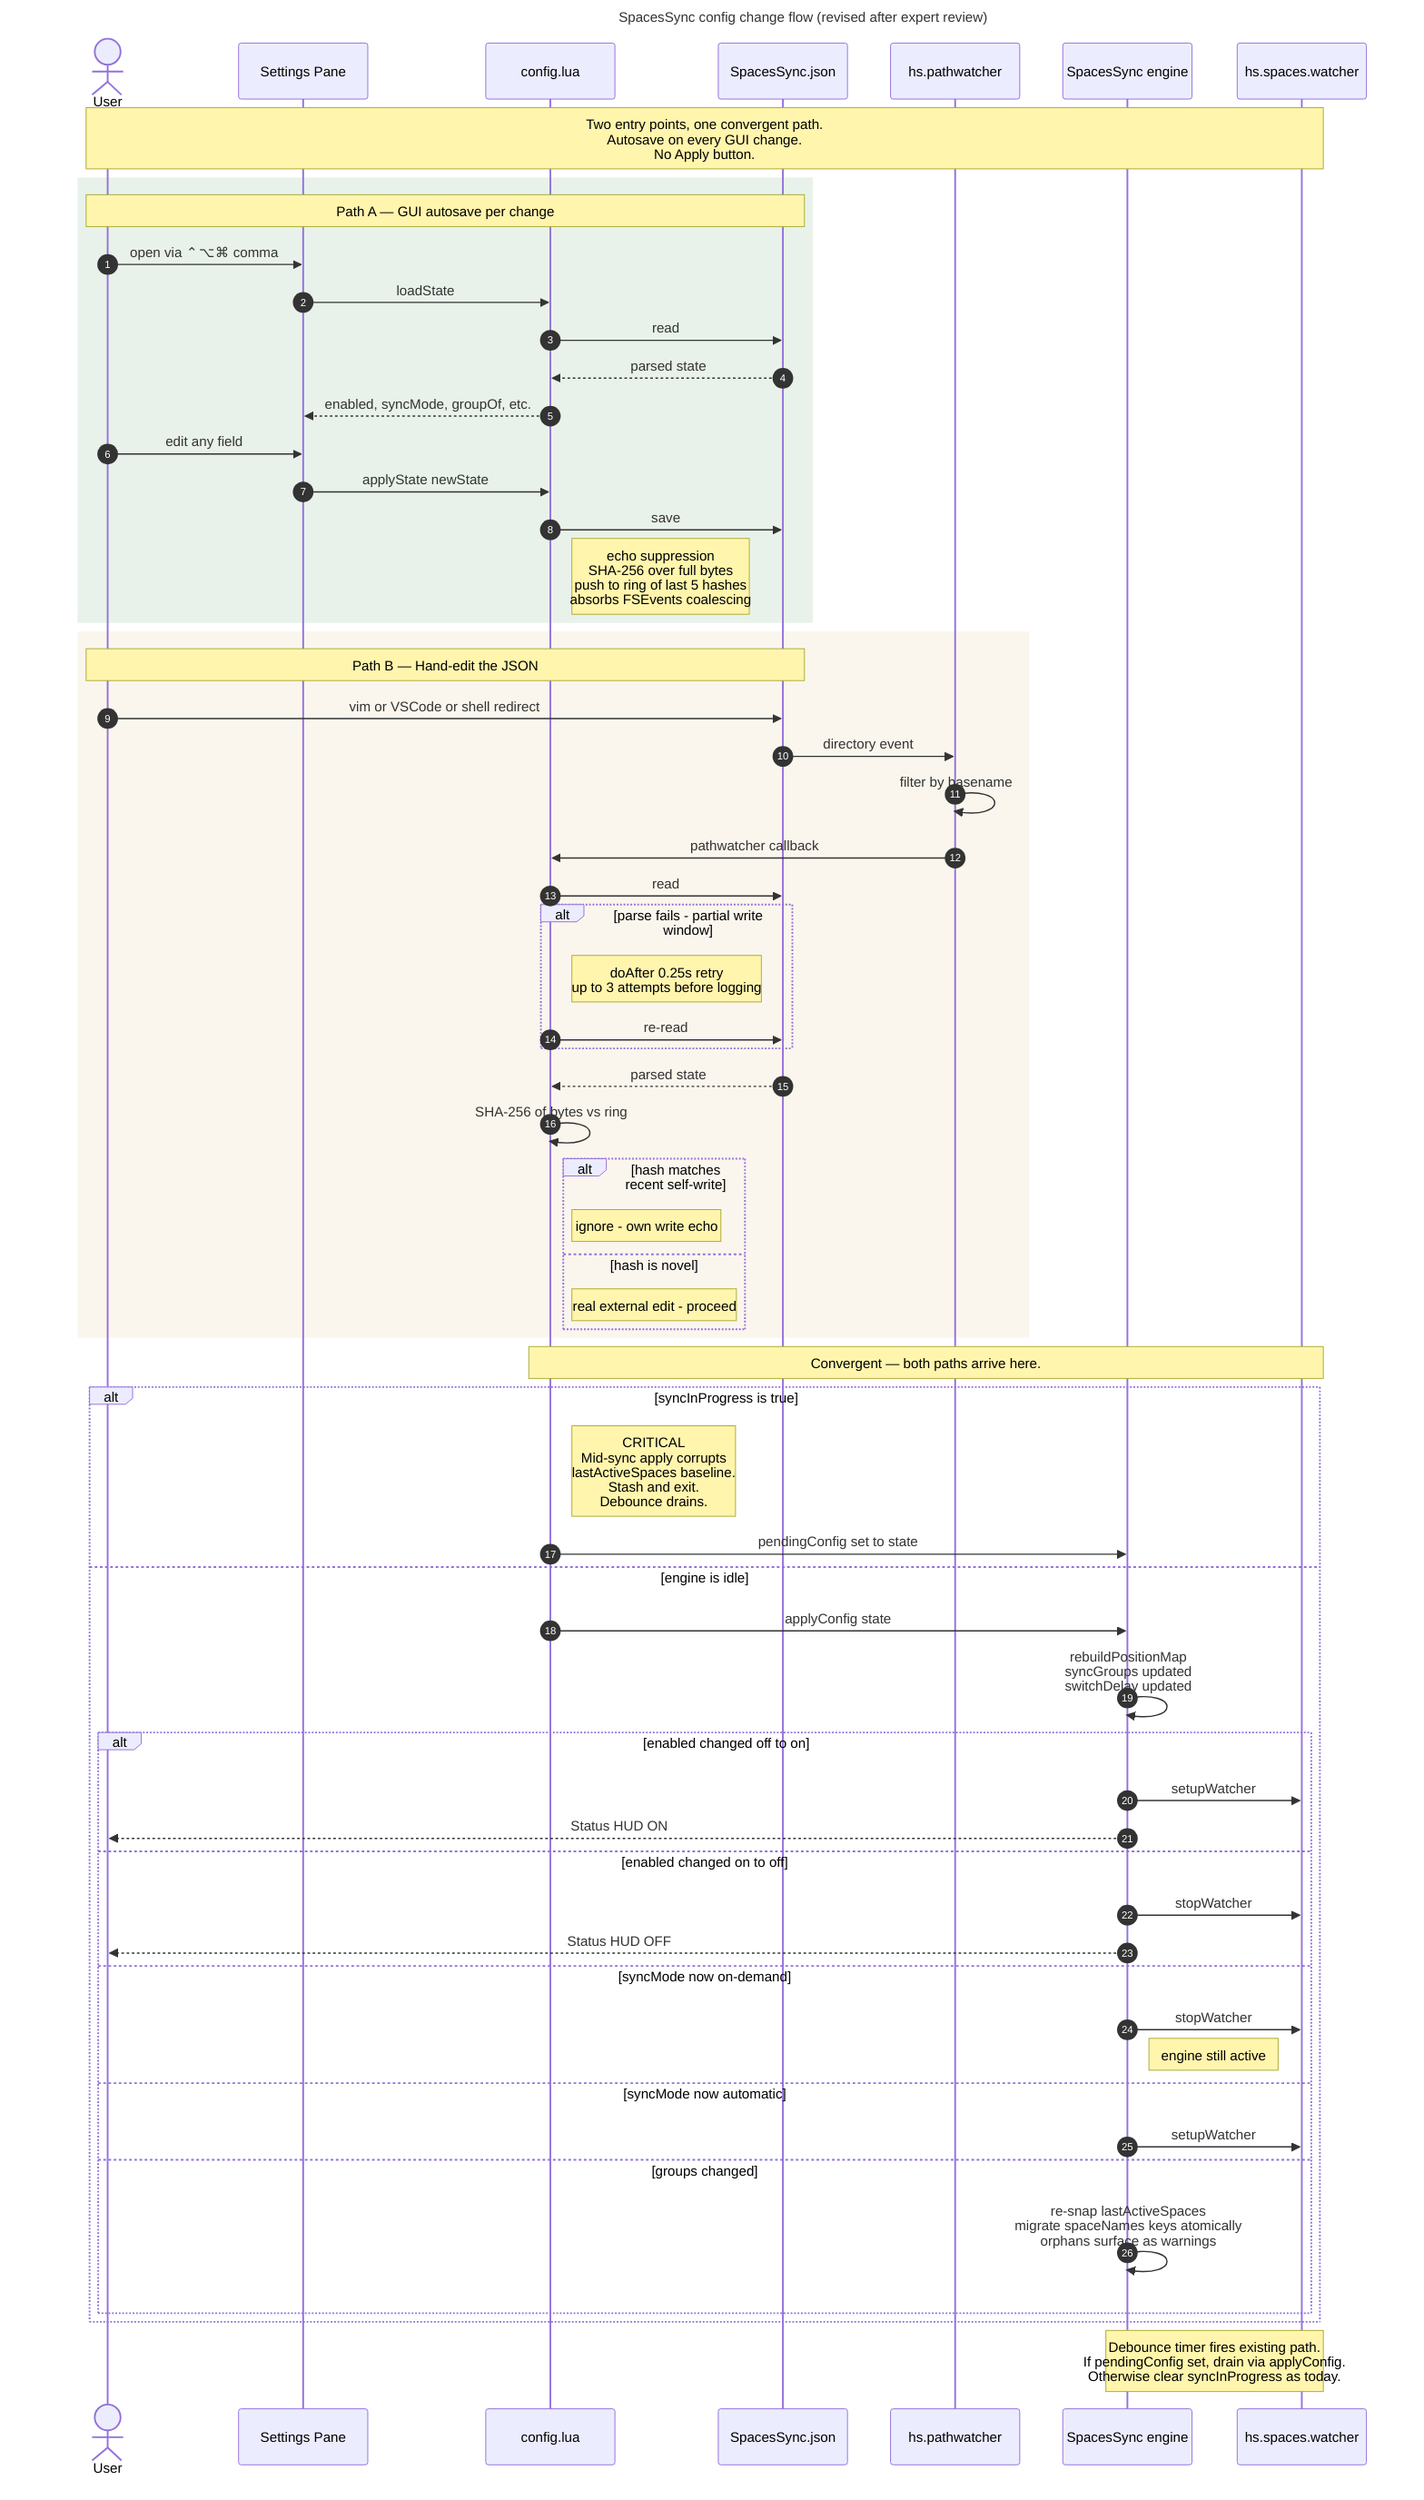
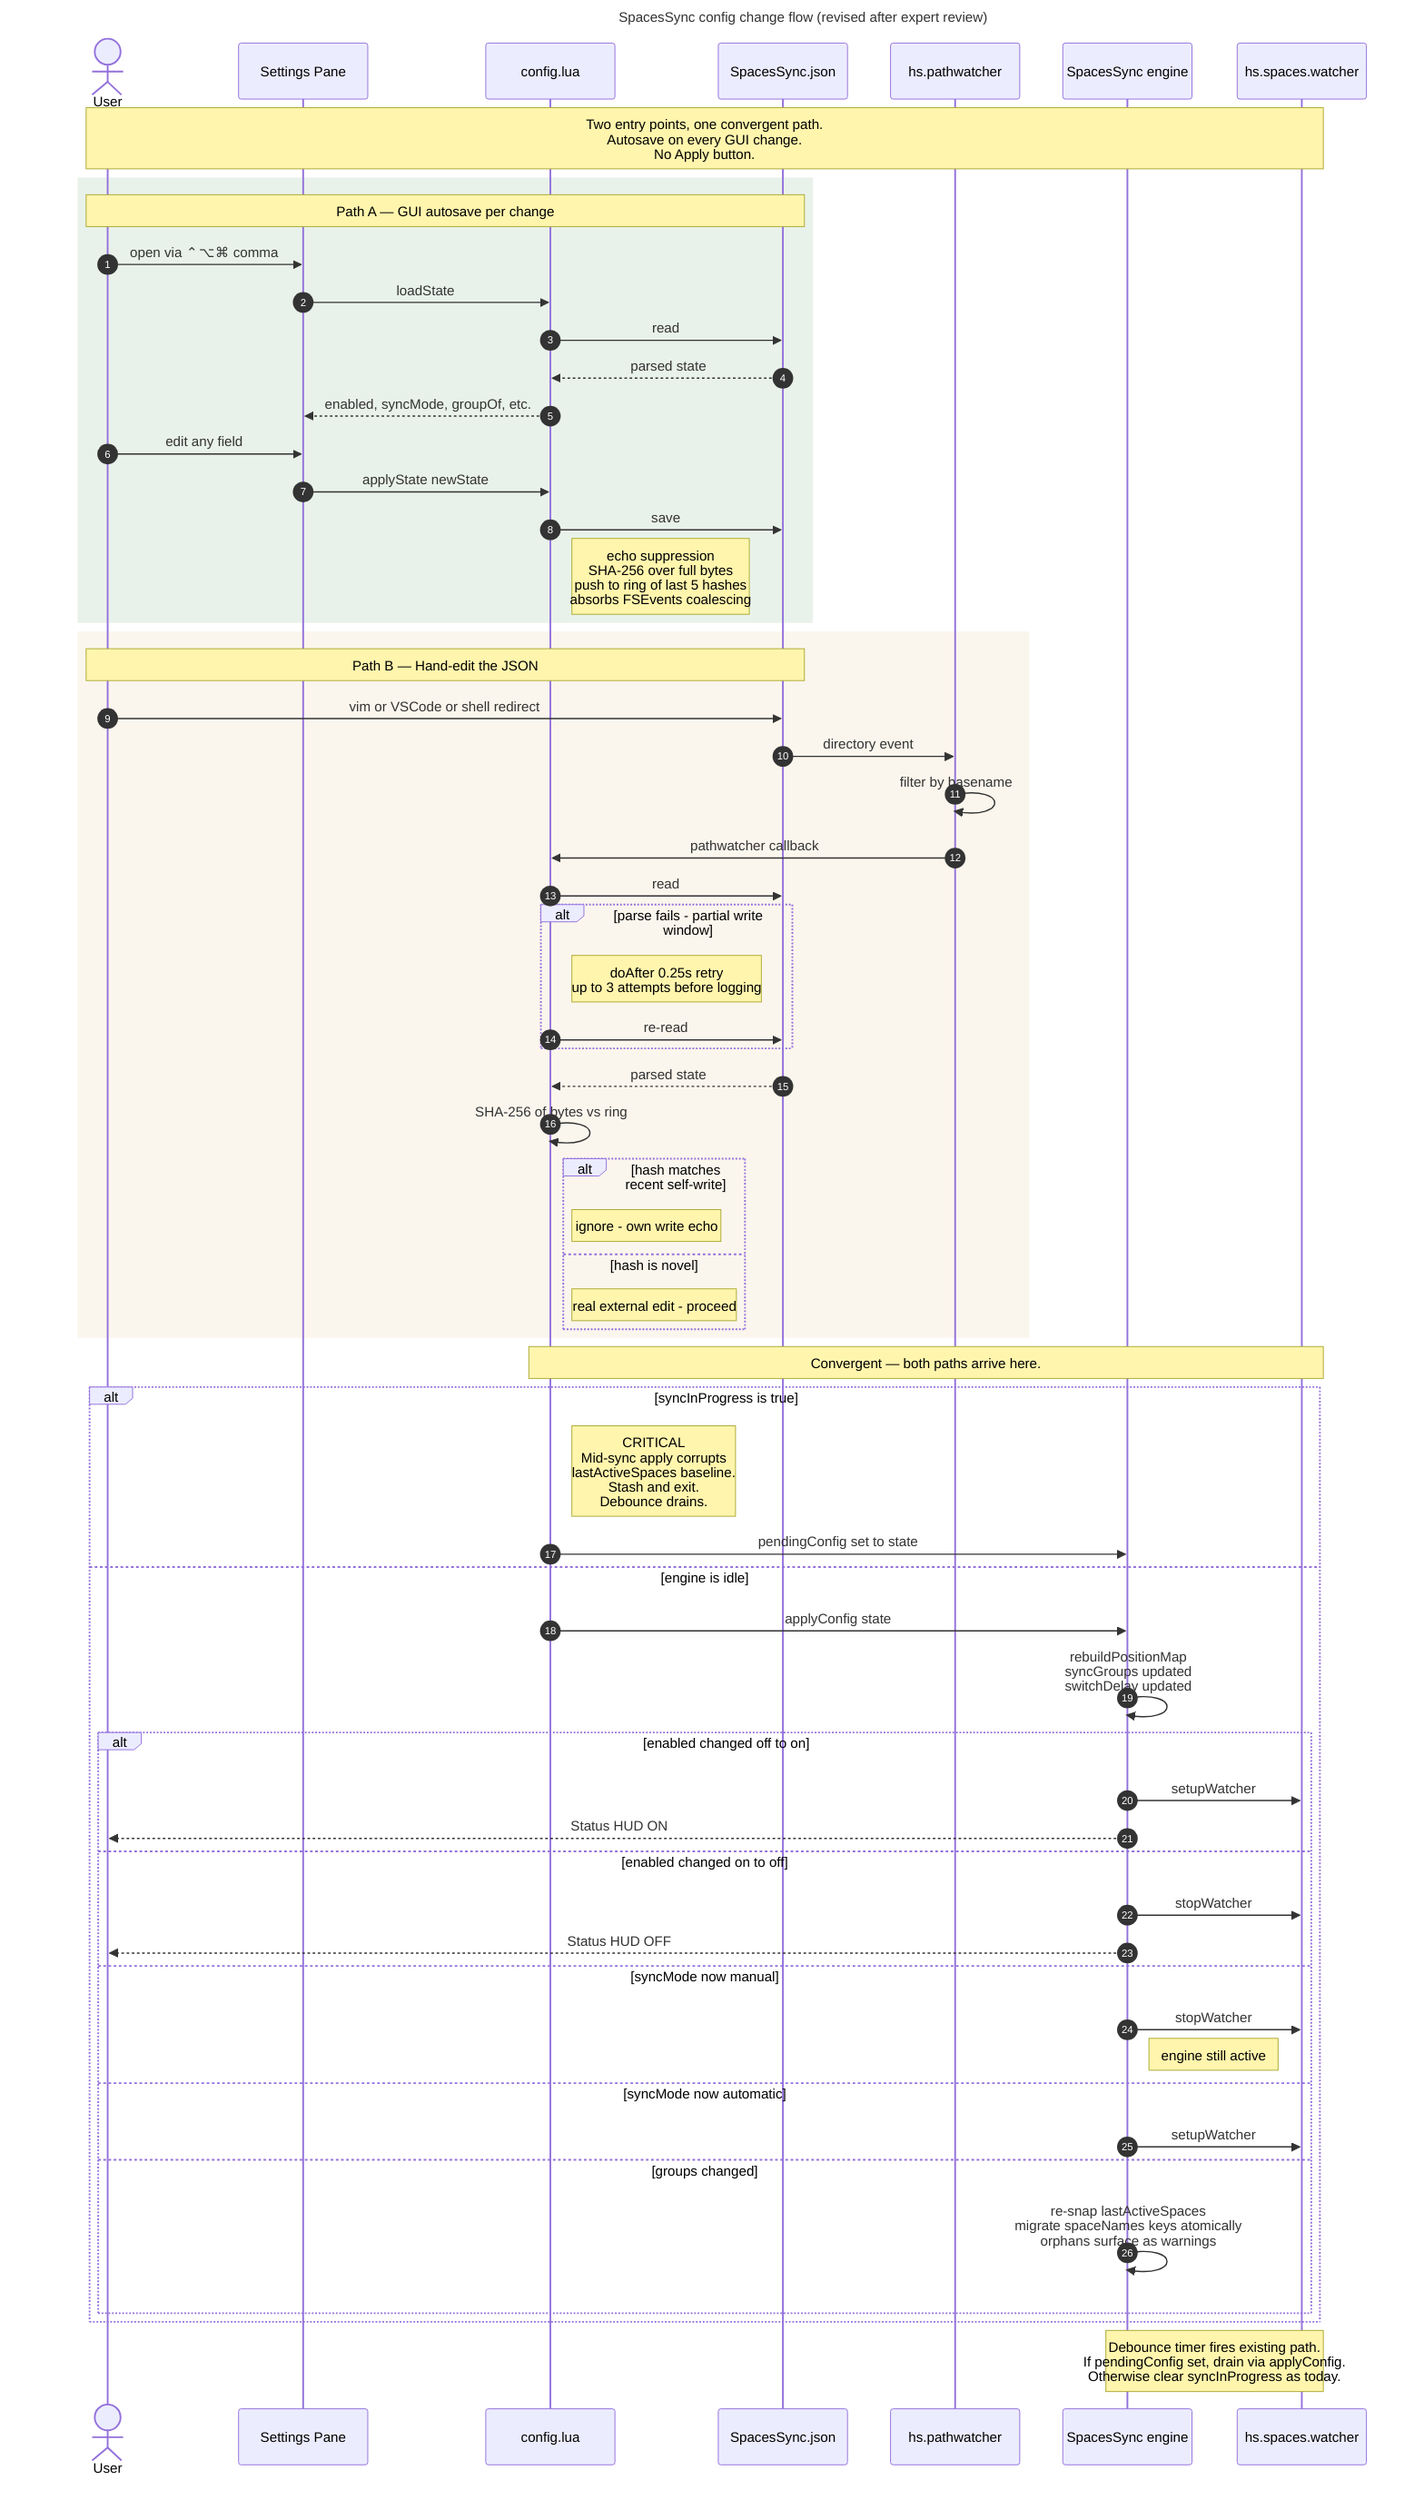
---
title: SpacesSync config change flow (revised after expert review)
---
sequenceDiagram
    autonumber
    actor User
    participant GUI as Settings Pane
    participant Cfg as config.lua
    participant JSON as SpacesSync.json
    participant PW as hs.pathwatcher
    participant Spoon as SpacesSync engine
    participant Watcher as hs.spaces.watcher

    Note over User,Watcher: Two entry points, one convergent path.<br/>Autosave on every GUI change.<br/>No Apply button.

    rect rgba(46,125,50,0.10)
        Note over User,JSON: Path A — GUI autosave per change
        User->>GUI: open via ⌃⌥⌘ comma
        GUI->>Cfg: loadState
        Cfg->>JSON: read
        JSON-->>Cfg: parsed state
        Cfg-->>GUI: enabled, syncMode, groupOf, etc.
        User->>GUI: edit any field
        GUI->>Cfg: applyState newState
        Cfg->>JSON: save
        Note right of Cfg: echo suppression<br/>SHA-256 over full bytes<br/>push to ring of last 5 hashes<br/>absorbs FSEvents coalescing
    end

    rect rgba(212,168,83,0.10)
        Note over User,JSON: Path B — Hand-edit the JSON
        User->>JSON: vim or VSCode or shell redirect
        JSON->>PW: directory event
        PW->>PW: filter by basename
        PW->>Cfg: pathwatcher callback
        Cfg->>JSON: read

        alt parse fails - partial write window
            Note right of Cfg: doAfter 0.25s retry<br/>up to 3 attempts before logging
            Cfg->>JSON: re-read
        end

        JSON-->>Cfg: parsed state
        Cfg->>Cfg: SHA-256 of bytes vs ring

        alt hash matches recent self-write
            Note right of Cfg: ignore - own write echo
        else hash is novel
            Note right of Cfg: real external edit - proceed
        end
    end

    Note over Cfg,Watcher: Convergent — both paths arrive here.

    alt syncInProgress is true
        Note right of Cfg: CRITICAL<br/>Mid-sync apply corrupts<br/>lastActiveSpaces baseline.<br/>Stash and exit.<br/>Debounce drains.
        Cfg->>Spoon: pendingConfig set to state
    else engine is idle
        Cfg->>Spoon: applyConfig state
        Spoon->>Spoon: rebuildPositionMap<br/>syncGroups updated<br/>switchDelay updated

        alt enabled changed off to on
            Spoon->>Watcher: setupWatcher
            Spoon-->>User: Status HUD ON
        else enabled changed on to off
            Spoon->>Watcher: stopWatcher
            Spoon-->>User: Status HUD OFF
-         else syncMode now on-demand
+         else syncMode now manual
            Spoon->>Watcher: stopWatcher
            Note right of Spoon: engine still active
        else syncMode now automatic
            Spoon->>Watcher: setupWatcher
        else groups changed
            Spoon->>Spoon: re-snap lastActiveSpaces<br/>migrate spaceNames keys atomically<br/>orphans surface as warnings
        end
    end

    Note over Spoon,Watcher: Debounce timer fires existing path.<br/>If pendingConfig set, drain via applyConfig.<br/>Otherwise clear syncInProgress as today.
